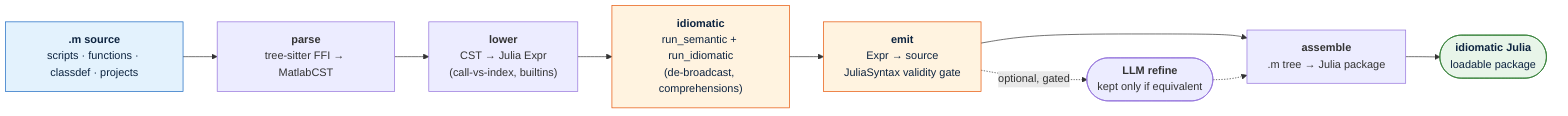
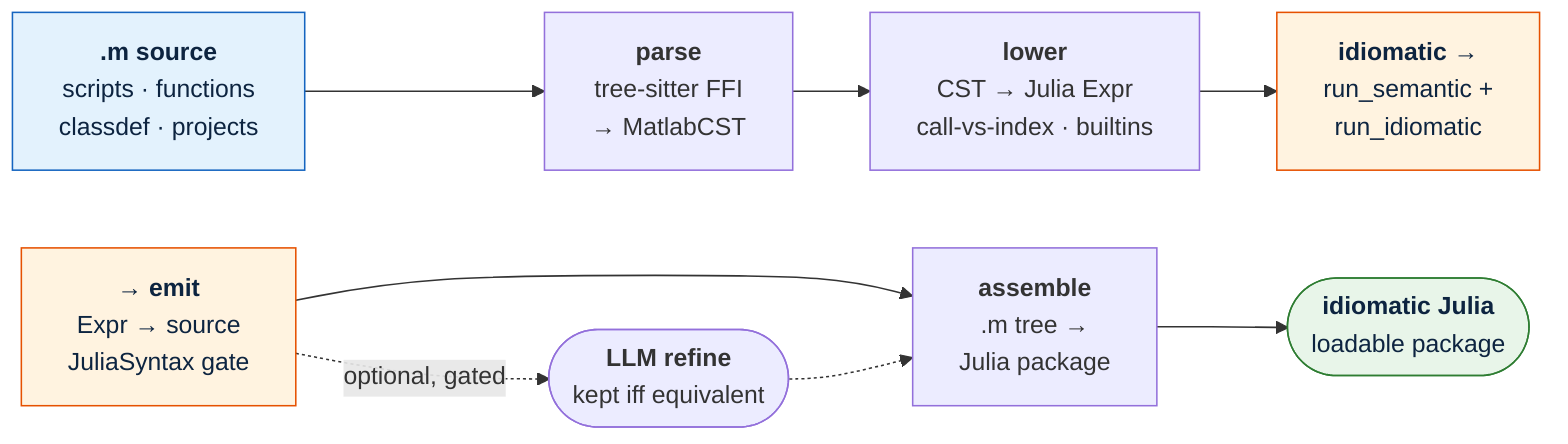
%% Source for assets/pipeline.svg. Regenerate after edits with:
- %%   mmdc -i pipeline.mmd -o pipeline.svg -b transparent -p puppeteer.json
- %% where puppeteer.json is {"args":["--no-sandbox"]} on sandboxed CI.
+ %%   mmdc -i pipeline.mmd -o pipeline.svg -b transparent -c pipeline.config.json -p puppeteer.json
+ %% where puppeteer.json is {"args":["--no-sandbox"]} on sandboxed CI. The two stage chains are
+ %% intentionally disconnected so dagre stacks them as two rows (subgraph `direction` is ignored by
+ %% the CLI renderer); the top row flows into the bottom row (idiomatic -> emit).
flowchart LR
-     A["<b>.m source</b><br/>scripts · functions · classdef · projects"]
-     A --> P["<b>parse</b><br/>tree-sitter FFI &rarr; MatlabCST"]
-     P --> L["<b>lower</b><br/>CST &rarr; Julia Expr<br/>(call-vs-index, builtins)"]
-     L --> I["<b>idiomatic</b><br/>run_semantic + run_idiomatic<br/>(de-broadcast, comprehensions)"]
-     I --> E["<b>emit</b><br/>Expr &rarr; source<br/>JuliaSyntax validity gate"]
-     E --> AS["<b>assemble</b><br/>.m tree &rarr; Julia package"]
-     AS --> O(["<b>idiomatic Julia</b><br/>loadable package"])
-     E -. "optional, gated" .-> G(["<b>LLM refine</b><br/>kept only if equivalent"])
+     A["<b>.m source</b><br/>scripts · functions<br/>classdef · projects"] --> P["<b>parse</b><br/>tree-sitter FFI<br/>&rarr; MatlabCST"] --> L["<b>lower</b><br/>CST &rarr; Julia Expr<br/>call-vs-index · builtins"] --> I["<b>idiomatic</b> &rarr;<br/>run_semantic +<br/>run_idiomatic"]
+     E["&rarr; <b>emit</b><br/>Expr &rarr; source<br/>JuliaSyntax gate"] --> AS["<b>assemble</b><br/>.m tree &rarr;<br/>Julia package"] --> O(["<b>idiomatic Julia</b><br/>loadable package"])
+     E -. "optional, gated" .-> G(["<b>LLM refine</b><br/>kept iff equivalent"])
    G -.-> AS

    style A fill:#e3f2fd,stroke:#1565c0,color:#0d2440
    style O fill:#e8f5e9,stroke:#2e7d32,color:#0d2440
    style I fill:#fff3e0,stroke:#e65100,color:#0d2440
    style E fill:#fff3e0,stroke:#e65100,color:#0d2440
